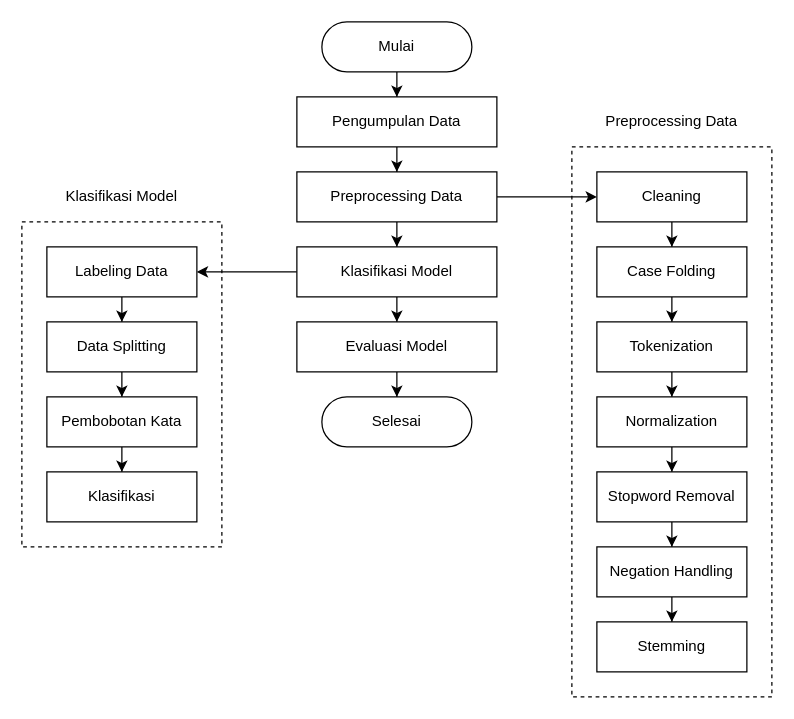
This is page "Flow 1" (1 of 11) of Untitled Diagram.drawio from mksyfla/analysis-sentiment-using-svm, a draw.io file, before an edit. Source tidied: cells renumbered, new cells numbered last; positions are measured from the earlier drawing's top-left corner, leaving out a move shared by most shapes. Both pictures are drawn from the tidied source at 125%, with x=0, y=0 at pixel (21, 21).
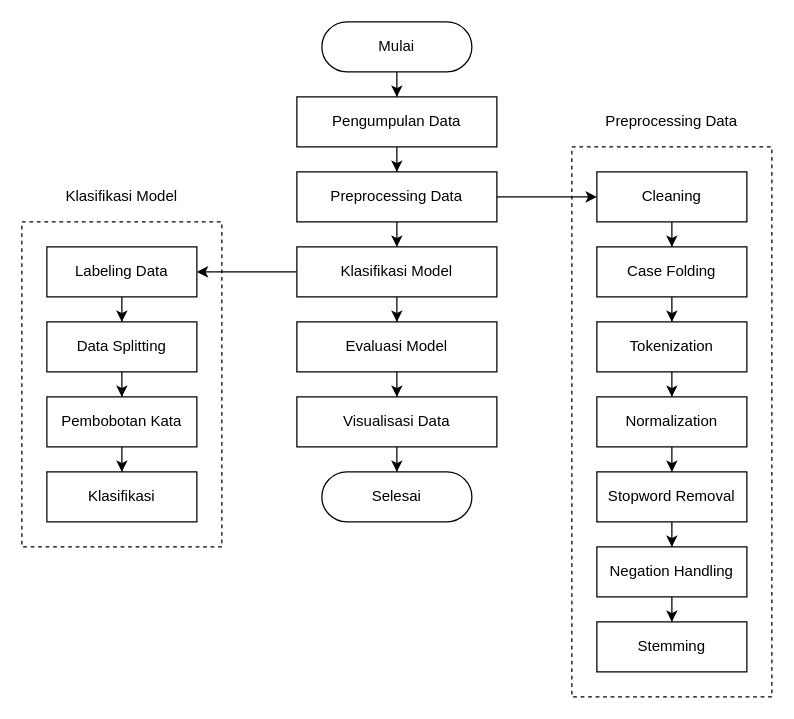
Above is the later version.

The change refers to these unchanged cells:
```xml
<mxCell id="26" value="Evaluasi Model" style="html=1;dashed=0;whiteSpace=wrap;" parent="1" vertex="1">
  <mxGeometry x="220" y="240" width="160" height="40" as="geometry" />
</mxCell>
```

What changed in the source:
```diff
@@
-    <mxCell id="25" style="edgeStyle=orthogonalEdgeStyle;rounded=0;jettySize=auto;html=1;" parent="1" edge="1" source="26" target="34">
-      <mxGeometry relative="1" as="geometry" />
-    </mxCell>
+    <mxCell id="39" style="edgeStyle=orthogonalEdgeStyle;rounded=0;jettySize=auto;html=1;" parent="1" edge="1" source="26" target="41">
+      <mxGeometry relative="1" as="geometry" />
+    </mxCell>
@@
     <mxCell id="34" value="Selesai" style="html=1;dashed=0;whiteSpace=wrap;shape=mxgraph.dfd.start;" parent="1" vertex="1">
-      <mxGeometry x="240" y="300" width="120" height="40" as="geometry" />
+      <mxGeometry x="240" y="360" width="120" height="40" as="geometry" />
     </mxCell>
@@
+    <mxCell id="40" style="edgeStyle=orthogonalEdgeStyle;rounded=0;jettySize=auto;html=1;" parent="1" edge="1" source="41" target="34">
+      <mxGeometry relative="1" as="geometry" />
+    </mxCell>
+    <mxCell id="41" value="Visualisasi Data" style="html=1;dashed=0;whiteSpace=wrap;" parent="1" vertex="1">
+      <mxGeometry x="220" y="300" width="160" height="40" as="geometry" />
+    </mxCell>
```
